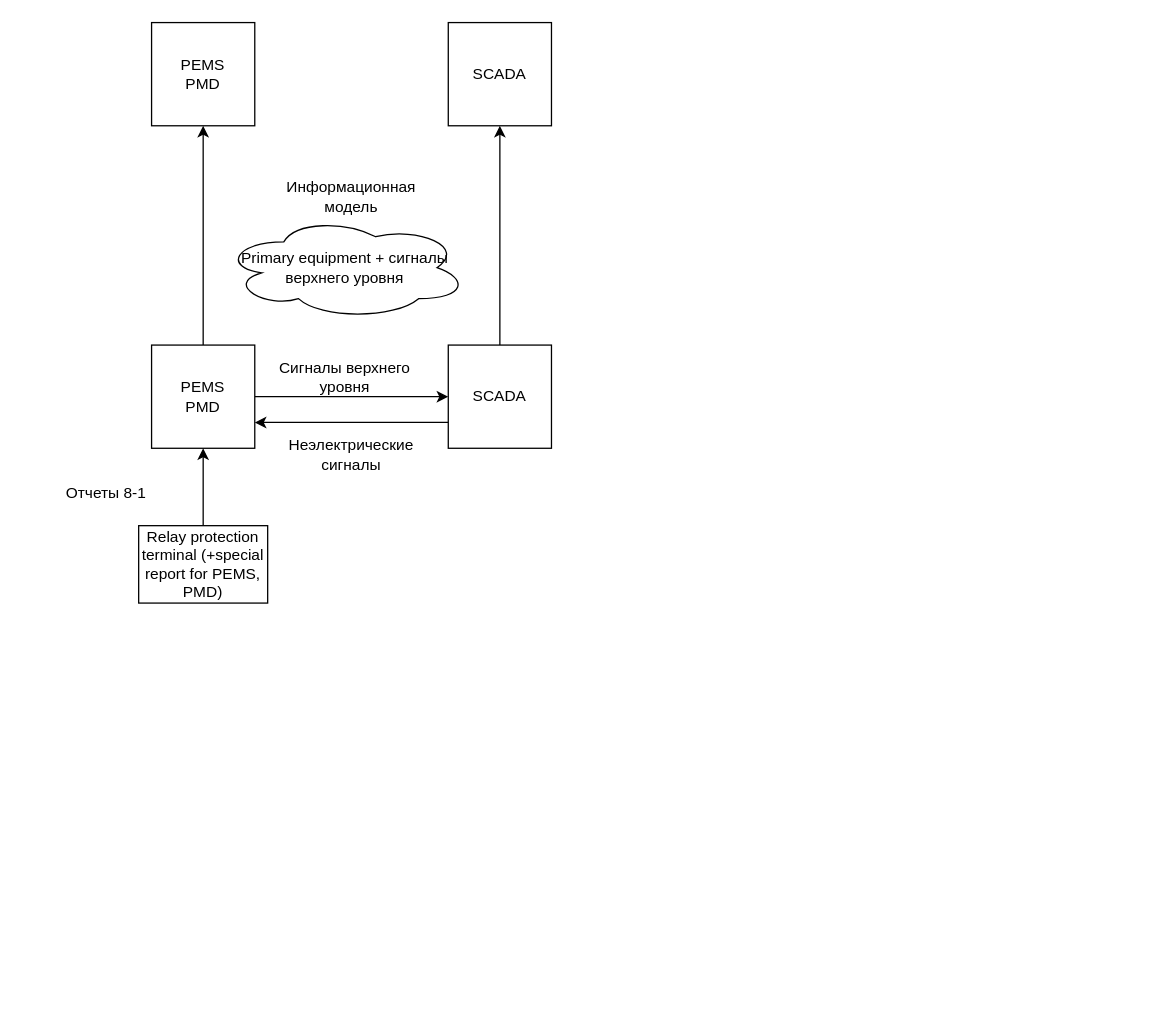
This is SHAPE-HVED-PMD.drawio from Randyrofed/DrawIO, a draw.io file, before an edit. Source tidied: cells renumbered, new cells numbered last; positions are measured from the earlier drawing's top-left corner, leaving out a move shared by most shapes. Both pictures are drawn from the tidied source at 129%, with x=0, y=0 at pixel (22, 22).
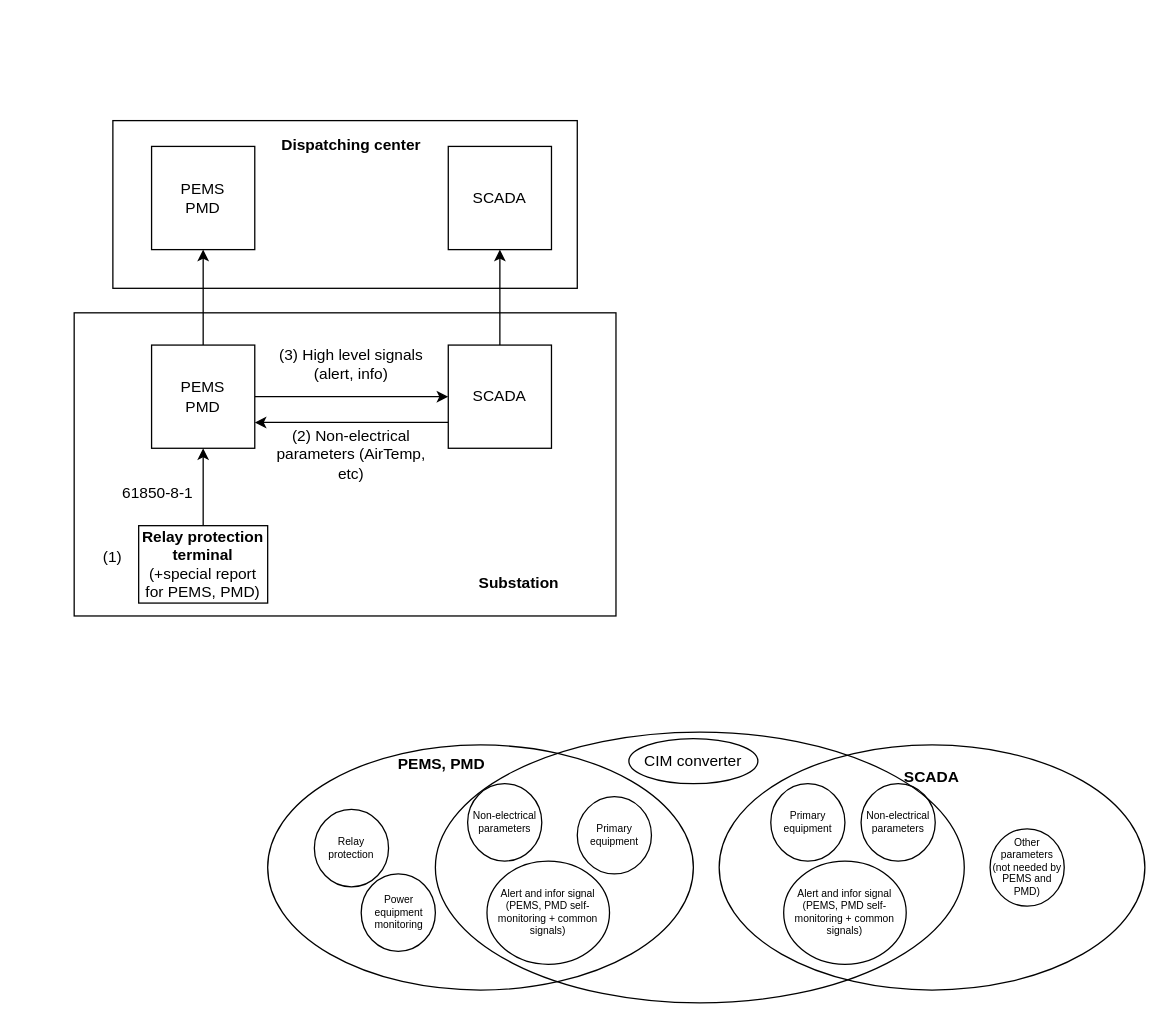
Above is the later version.

What changed in the source:
```diff
@@
-    <mxCell id="9" value="Relay protection terminal (+special report for PEMS, PMD)" style="rounded=0;whiteSpace=wrap;html=1;" parent="1" vertex="1">
+    <mxCell id="9" value="&lt;b&gt;Relay protection terminal&lt;/b&gt; (+special report for PEMS, PMD)" style="rounded=0;whiteSpace=wrap;html=1;" parent="1" vertex="1">
       <mxGeometry x="90" y="390" width="100" height="60" as="geometry" />
     </mxCell>
-    <mxCell id="10" value="Primary equipment + сигналы верхнего уровня" style="ellipse;shape=cloud;whiteSpace=wrap;html=1;" parent="1" vertex="1">
-      <mxGeometry x="155" y="150" width="190" height="80" as="geometry" />
-    </mxCell>
-    <mxCell id="11" value="Сигналы верхнего уровня" style="text;html=1;strokeColor=none;fillColor=none;align=center;verticalAlign=middle;whiteSpace=wrap;rounded=0;" parent="1" vertex="1">
-      <mxGeometry x="185" y="260" width="130" height="30" as="geometry" />
+    <mxCell id="11" value="(3) High level signals (alert, info)" style="text;html=1;strokeColor=none;fillColor=none;align=center;verticalAlign=middle;whiteSpace=wrap;rounded=0;" parent="1" vertex="1">
+      <mxGeometry x="190" y="250" width="130" height="30" as="geometry" />
     </mxCell>
-    <mxCell id="12" value="Неэлектрические сигналы" style="text;html=1;strokeColor=none;fillColor=none;align=center;verticalAlign=middle;whiteSpace=wrap;rounded=0;" parent="1" vertex="1">
+    <mxCell id="12" value="(2) Non-electrical parameters (AirTemp, etc)" style="text;html=1;strokeColor=none;fillColor=none;align=center;verticalAlign=middle;whiteSpace=wrap;rounded=0;" parent="1" vertex="1">
       <mxGeometry x="190" y="320" width="130" height="30" as="geometry" />
     </mxCell>
-    <mxCell id="13" value="Отчеты 8-1" style="text;html=1;strokeColor=none;fillColor=none;align=center;verticalAlign=middle;whiteSpace=wrap;rounded=0;" parent="1" vertex="1">
-      <mxGeometry y="350" width="130" height="30" as="geometry" />
+    <mxCell id="13" value="61850-8-1" style="text;html=1;strokeColor=none;fillColor=none;align=center;verticalAlign=middle;whiteSpace=wrap;rounded=0;" parent="1" vertex="1">
+      <mxGeometry x="70" y="350" width="70" height="30" as="geometry" />
     </mxCell>
-    <mxCell id="14" value="Информационная модель" style="text;html=1;strokeColor=none;fillColor=none;align=center;verticalAlign=middle;whiteSpace=wrap;rounded=0;" parent="1" vertex="1">
-      <mxGeometry x="225" y="120" width="60" height="30" as="geometry" />
-    </mxCell>
     <mxCell id="15" value="PEMS&lt;br&gt;PMD" style="whiteSpace=wrap;html=1;" parent="1" vertex="1">
-      <mxGeometry x="100" width="80" height="80" as="geometry" />
+      <mxGeometry x="100" y="96" width="80" height="80" as="geometry" />
     </mxCell>
     <mxCell id="16" value="SCADA" style="whiteSpace=wrap;html=1;" parent="1" vertex="1">
-      <mxGeometry x="330" width="80" height="80" as="geometry" />
+      <mxGeometry x="330" y="96" width="80" height="80" as="geometry" />
     </mxCell>
+    <mxCell id="17" value="(1)" style="text;html=1;strokeColor=none;fillColor=none;align=center;verticalAlign=middle;whiteSpace=wrap;rounded=0;" parent="1" vertex="1">
+      <mxGeometry x="60" y="400" width="20" height="30" as="geometry" />
+    </mxCell>
+    <mxCell id="18" style="rounded=0;whiteSpace=wrap;html=1;fillColor=none;" parent="1" vertex="1">
+      <mxGeometry x="70" y="76" width="360" height="130" as="geometry" />
+    </mxCell>
+    <mxCell id="19" style="ellipse;whiteSpace=wrap;html=1;fillColor=none;" parent="1" vertex="1">
+      <mxGeometry x="190" y="560" width="330" height="190" as="geometry" />
+    </mxCell>
+    <mxCell id="20" value="Non-electrical parameters" style="ellipse;whiteSpace=wrap;html=1;fillColor=none;fontSize=8;" parent="1" vertex="1">
+      <mxGeometry x="345" y="590" width="57.5" height="60" as="geometry" />
+    </mxCell>
+    <mxCell id="21" value="Alert and infor signal (PEMS, PMD self-monitoring + common signals)" style="ellipse;whiteSpace=wrap;html=1;fillColor=none;fontSize=8;" parent="1" vertex="1">
+      <mxGeometry x="360" y="650" width="95" height="80" as="geometry" />
+    </mxCell>
+    <mxCell id="22" value="Primary equipment" style="ellipse;whiteSpace=wrap;html=1;fillColor=none;fontSize=8;" parent="1" vertex="1">
+      <mxGeometry x="430" y="600" width="57.5" height="60" as="geometry" />
+    </mxCell>
+    <mxCell id="23" value="Relay protection" style="ellipse;whiteSpace=wrap;html=1;fillColor=none;fontSize=8;" parent="1" vertex="1">
+      <mxGeometry x="226.2" y="610" width="57.5" height="60" as="geometry" />
+    </mxCell>
+    <mxCell id="24" value="Power equipment monitoring" style="ellipse;whiteSpace=wrap;html=1;fillColor=none;fontSize=8;" parent="1" vertex="1">
+      <mxGeometry x="262.5" y="660" width="57.5" height="60" as="geometry" />
+    </mxCell>
+    <mxCell id="25" value="&lt;b&gt;PEMS, PMD&lt;/b&gt;" style="text;html=1;strokeColor=none;fillColor=none;align=center;verticalAlign=middle;whiteSpace=wrap;rounded=0;" parent="1" vertex="1">
+      <mxGeometry x="290" y="560" width="70" height="30" as="geometry" />
+    </mxCell>
+    <mxCell id="26" style="ellipse;whiteSpace=wrap;html=1;fillColor=none;" parent="1" vertex="1">
+      <mxGeometry x="540" y="560" width="330" height="190" as="geometry" />
+    </mxCell>
+    <mxCell id="27" value="&lt;b&gt;SCADA&lt;/b&gt;" style="text;html=1;strokeColor=none;fillColor=none;align=center;verticalAlign=middle;whiteSpace=wrap;rounded=0;" parent="1" vertex="1">
+      <mxGeometry x="670" y="570" width="70" height="30" as="geometry" />
+    </mxCell>
+    <mxCell id="28" value="Primary equipment" style="ellipse;whiteSpace=wrap;html=1;fillColor=none;fontSize=8;" parent="1" vertex="1">
+      <mxGeometry x="580" y="590" width="57.5" height="60" as="geometry" />
+    </mxCell>
+    <mxCell id="29" value="Non-electrical parameters" style="ellipse;whiteSpace=wrap;html=1;fillColor=none;fontSize=8;" parent="1" vertex="1">
+      <mxGeometry x="650" y="590" width="57.5" height="60" as="geometry" />
+    </mxCell>
+    <mxCell id="30" value="Alert and infor signal (PEMS, PMD self-monitoring + common signals)" style="ellipse;whiteSpace=wrap;html=1;fillColor=none;fontSize=8;" parent="1" vertex="1">
+      <mxGeometry x="590" y="650" width="95" height="80" as="geometry" />
+    </mxCell>
+    <mxCell id="31" value="Other parameters (not needed by PEMS and PMD)" style="ellipse;whiteSpace=wrap;html=1;fillColor=none;fontSize=8;" parent="1" vertex="1">
+      <mxGeometry x="750" y="625" width="57.5" height="60" as="geometry" />
+    </mxCell>
+    <mxCell id="32" style="ellipse;whiteSpace=wrap;html=1;fillColor=none;" parent="1" vertex="1">
+      <mxGeometry x="320" y="550" width="410" height="210" as="geometry" />
+    </mxCell>
+    <mxCell id="33" value="CIM converter" style="ellipse;whiteSpace=wrap;html=1;fillColor=none;" parent="1" vertex="1">
+      <mxGeometry x="470" y="555" width="100" height="35" as="geometry" />
+    </mxCell>
+    <mxCell id="34" value="Dispatching center" style="text;html=1;strokeColor=none;fillColor=none;align=center;verticalAlign=middle;whiteSpace=wrap;rounded=0;fontStyle=1;" parent="1" vertex="1">
+      <mxGeometry x="190" y="80" width="130" height="30" as="geometry" />
+    </mxCell>
+    <mxCell id="35" style="rounded=0;whiteSpace=wrap;html=1;fillColor=none;" parent="1" vertex="1">
+      <mxGeometry x="40" y="225" width="420" height="235" as="geometry" />
+    </mxCell>
+    <mxCell id="36" value="Substation" style="text;html=1;strokeColor=none;fillColor=none;align=center;verticalAlign=middle;whiteSpace=wrap;rounded=0;fontStyle=1;" parent="1" vertex="1">
+      <mxGeometry x="320" y="420" width="130" height="30" as="geometry" />
+    </mxCell>
```
